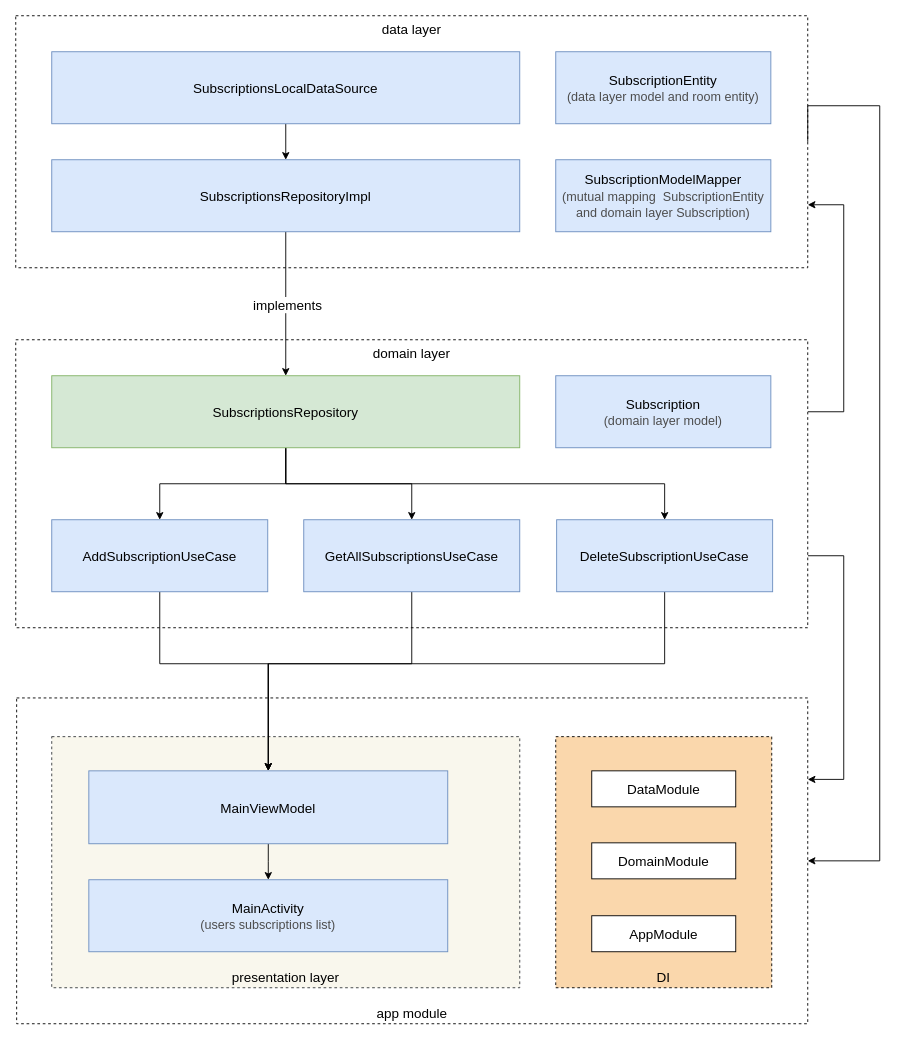
Above: architecture/Subscriptions Manager App Architecture Diagram.drawio in karateka-git/subscriptions-manager (draw.io), before the change. Source tidied: cells renumbered, new cells numbered last; positions are measured from the earlier drawing's top-left corner, leaving out a move shared by most shapes. Both pictures are drawn from the tidied source at 90%, with x=0, y=0 at pixel (15, 15).
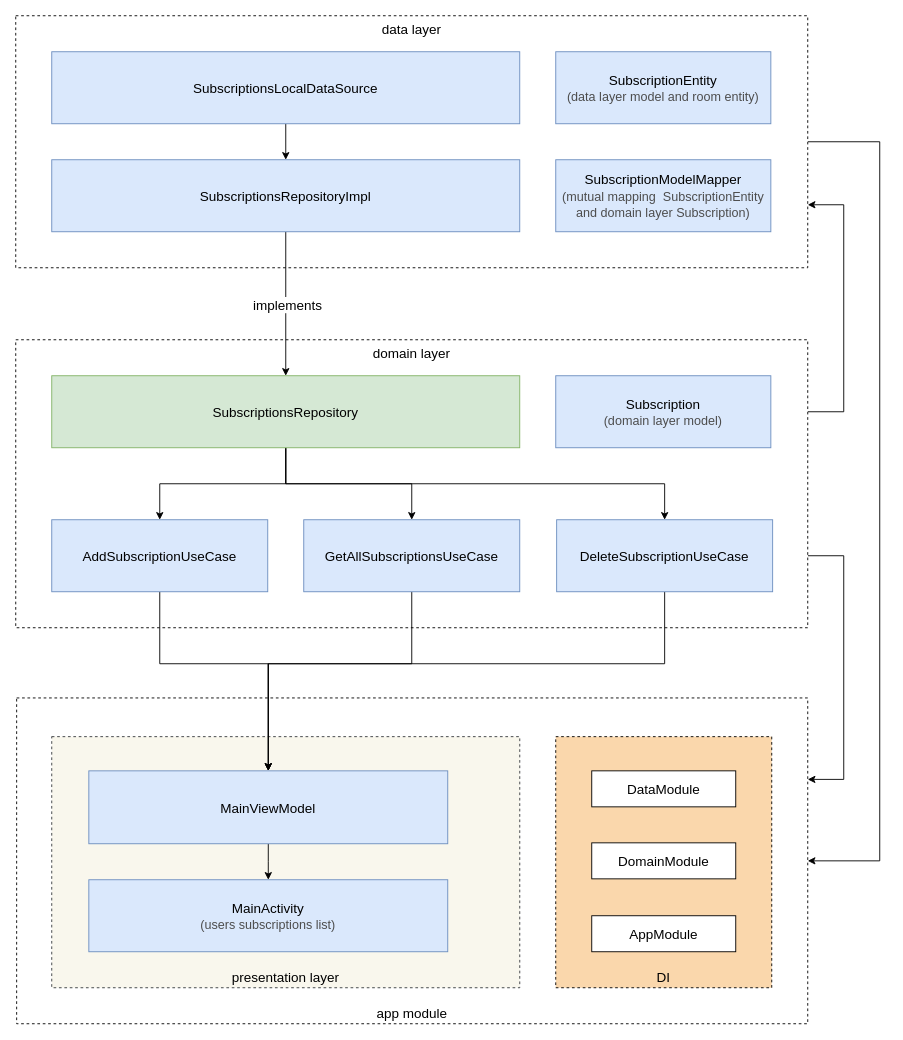
After the change.

The change refers to these unchanged cells:
```xml
<mxCell id="2" value="app module" style="rounded=0;whiteSpace=wrap;html=1;verticalAlign=bottom;fontSize=15;dashed=1;" parent="1" vertex="1">
  <mxGeometry x="1" y="758" width="879" height="362" as="geometry" />
</mxCell>
```

Diff of the diagram source:
```diff
@@
     <mxCell id="4" style="edgeStyle=orthogonalEdgeStyle;rounded=0;jettySize=auto;html=1;exitX=1;exitY=0.5;exitDx=0;exitDy=0;entryX=1;entryY=0.5;entryDx=0;entryDy=0;fontSize=15;" parent="1" edge="1" source="5" target="2">
       <mxGeometry relative="1" as="geometry">
         <Array as="points">
-          <mxPoint x="960" y="100" />
+          <mxPoint x="960" y="140" />
           <mxPoint x="960" y="939" />
         </Array>
       </mxGeometry>
     </mxCell>
-    <mxCell id="5" value="data layer" style="rounded=0;whiteSpace=wrap;html=1;verticalAlign=top;fontSize=15;dashed=1;fillColor=none;" parent="1" vertex="1">
+    <mxCell id="5" value="data layer" style="rounded=0;whiteSpace=wrap;html=1;verticalAlign=top;fontSize=15;dashed=1;" parent="1" vertex="1">
       <mxGeometry width="880" height="280" as="geometry" />
     </mxCell>
```
